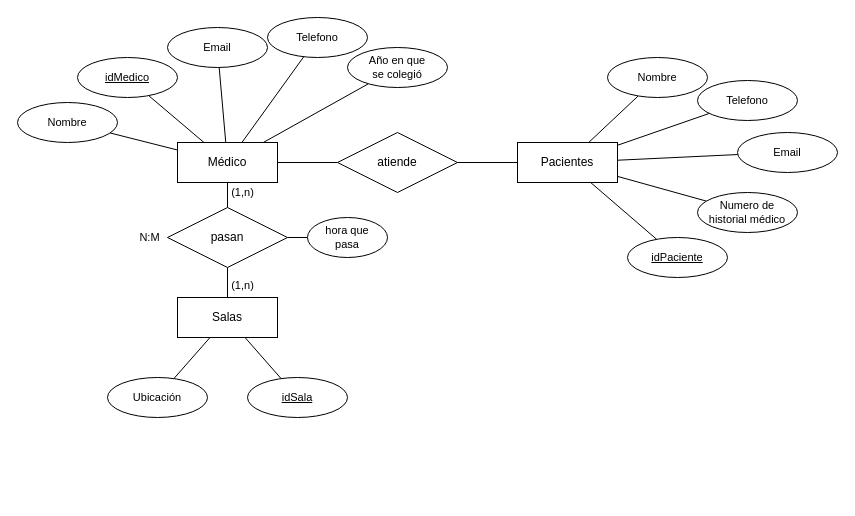
Maek0s/1DAM_Databases keeps this draw.io diagram as page "Ejercicio 1" (1 of 4) of task2U5_MarcosZahonero.drawio. Above is the earlier version. Source tidied: cells renumbered, new cells numbered last; positions are measured from the earlier drawing's top-left corner, leaving out a move shared by most shapes. Both pictures are drawn from the tidied source at 100%, with x=0, y=0 at pixel (17, 17).
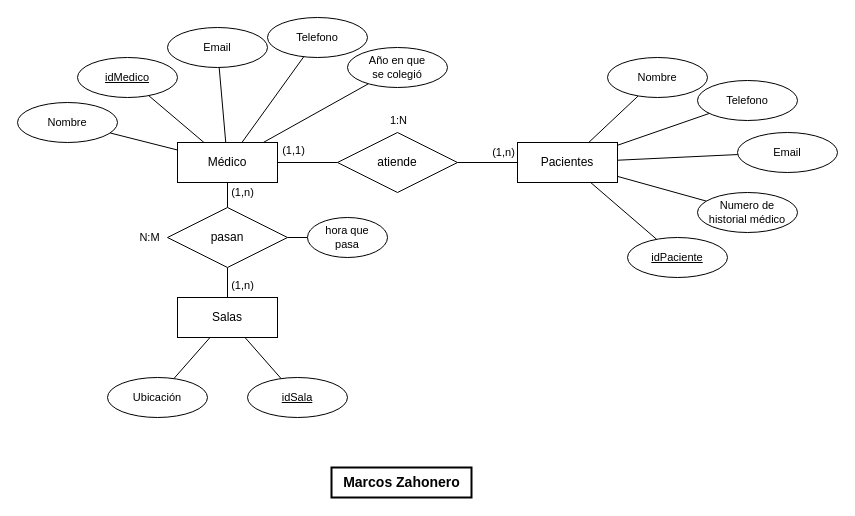
After the change.

What changed in the source:
```diff
@@
+    <mxCell id="40" value="&lt;b&gt;Marcos Zahonero&lt;/b&gt;" style="text;html=1;align=center;verticalAlign=middle;strokeColor=default;fillColor=none;fontSize=14;fontFamily=Helvetica;fontColor=default;labelBorderColor=none;perimeterSpacing=0;strokeWidth=2;shadow=0;" parent="1" vertex="1">
+      <mxGeometry x="314" y="450" width="140" height="30" as="geometry" />
+    </mxCell>
+    <mxCell id="41" value="(1,1)" style="text;html=1;align=center;verticalAlign=middle;strokeColor=none;fillColor=none;fontSize=11;fontFamily=Helvetica;fontColor=default;" parent="1" vertex="1">
+      <mxGeometry x="255" y="120" width="41" height="25" as="geometry" />
+    </mxCell>
+    <mxCell id="42" value="(1,n)" style="text;html=1;align=center;verticalAlign=middle;strokeColor=none;fillColor=none;fontSize=11;fontFamily=Helvetica;fontColor=default;" parent="1" vertex="1">
+      <mxGeometry x="461" y="120" width="50" height="30" as="geometry" />
+    </mxCell>
+    <mxCell id="43" value="1:N" style="text;html=1;align=center;verticalAlign=middle;strokeColor=none;fillColor=none;fontSize=11;fontFamily=Helvetica;fontColor=default;" parent="1" vertex="1">
+      <mxGeometry x="363" y="90" width="35" height="25" as="geometry" />
+    </mxCell>
```
